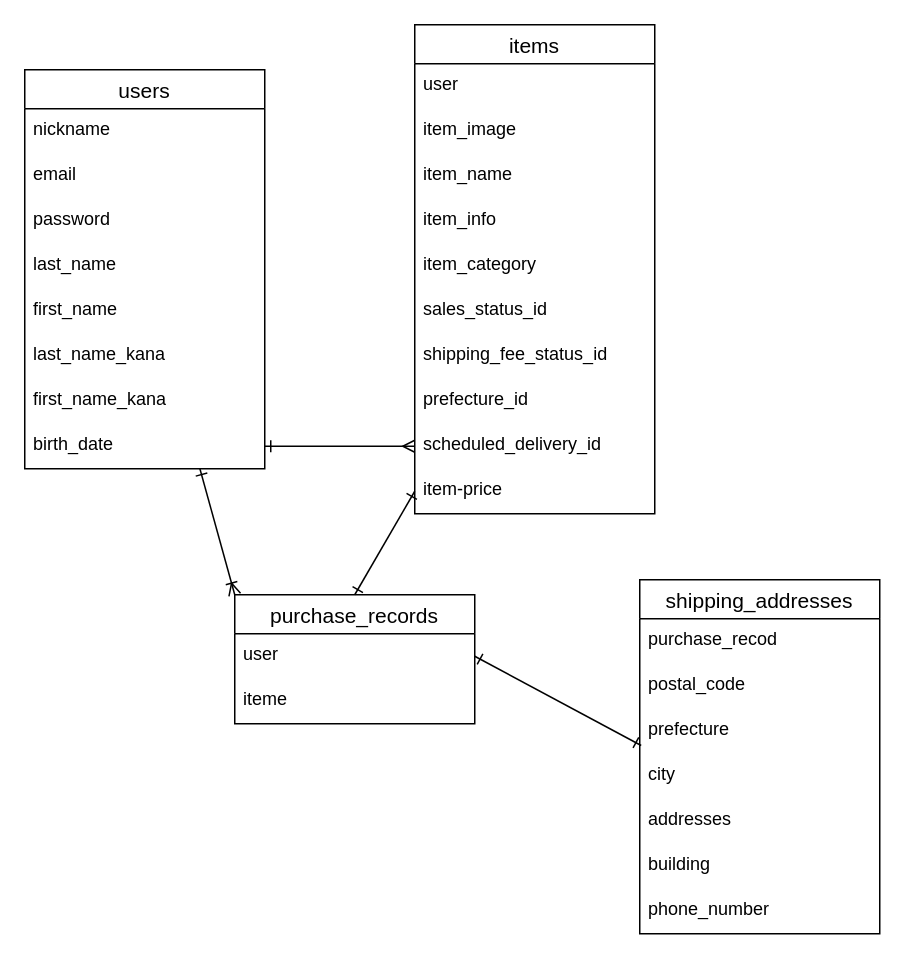
Above: test.dio in junya1031/furima-39550 (draw.io), before the change. Source tidied: cells renumbered, new cells numbered last; positions are measured from the earlier drawing's top-left corner, leaving out a move shared by most shapes. Both pictures are drawn from the tidied source at 150%, with x=0, y=0 at pixel (24, 24).
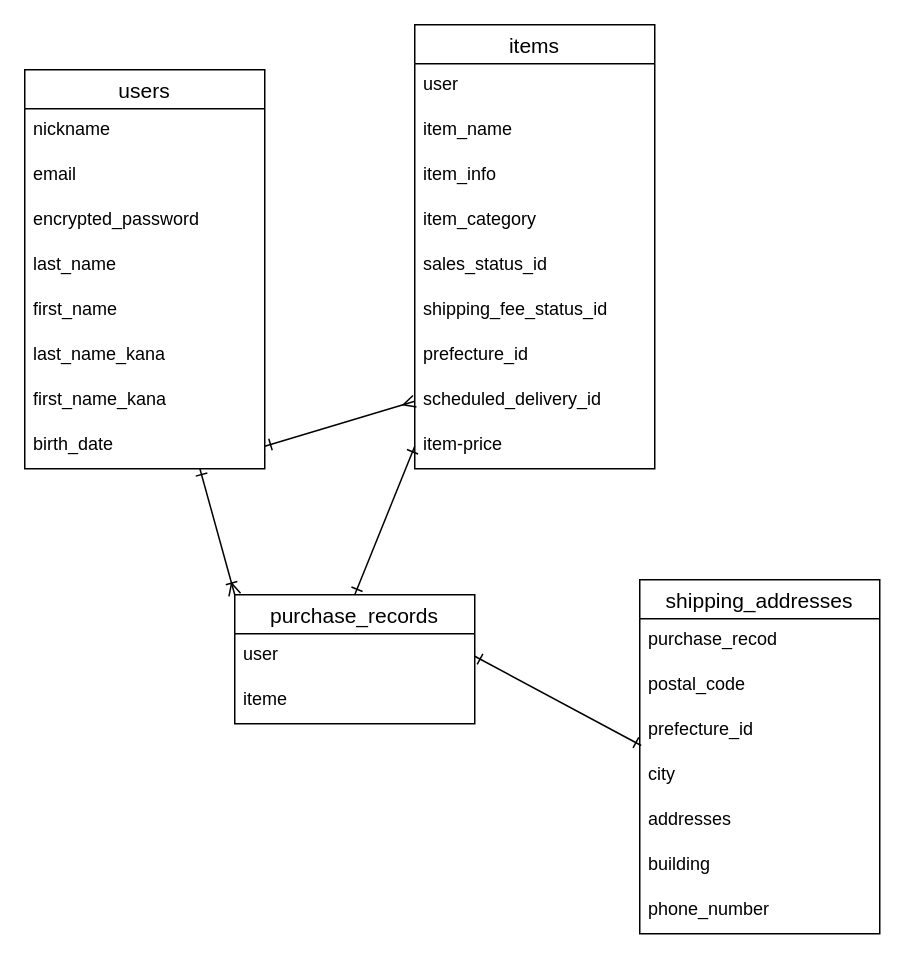
The same page after the edit.

Commit message:
READ.ME訂正

Unchanged cells that the change refers to:
```xml
<mxCell id="3" value="users" style="swimlane;fontStyle=0;horizontal=1;startSize=26;align=center;fontSize=14;" parent="1" vertex="1">
  <mxGeometry y="30" width="160" height="266" as="geometry" />
</mxCell>
<mxCell id="23" value="shipping_addresses" style="swimlane;fontStyle=0;horizontal=1;startSize=26;align=center;fontSize=14;" parent="1" vertex="1">
  <mxGeometry x="410" y="370" width="160" height="236" as="geometry" />
</mxCell>
```

The edit, as a diff of the source:
```diff
@@
-    <mxCell id="6" value="password" style="text;strokeColor=none;fillColor=none;spacingLeft=4;spacingRight=4;overflow=hidden;fontSize=12;" parent="3" vertex="1">
-      <mxGeometry y="86" width="160" height="30" as="geometry" />
-    </mxCell>
+    <mxCell id="37" value="encrypted_password" style="text;strokeColor=none;fillColor=none;spacingLeft=4;spacingRight=4;overflow=hidden;fontSize=12;" parent="3" vertex="1">
+      <mxGeometry y="86" width="160" height="30" as="geometry" />
+    </mxCell>
@@
     <mxCell id="12" value="items" style="swimlane;fontStyle=0;horizontal=1;startSize=26;align=center;fontSize=14;" parent="1" vertex="1">
-      <mxGeometry x="260" width="160" height="326" as="geometry" />
+      <mxGeometry x="260" width="160" height="296" as="geometry" />
     </mxCell>
@@
-    <mxCell id="14" value="item_image" style="text;strokeColor=none;fillColor=none;spacingLeft=4;spacingRight=4;overflow=hidden;fontSize=12;" parent="12" vertex="1">
-      <mxGeometry y="56" width="160" height="30" as="geometry" />
-    </mxCell>
     <mxCell id="15" value="item_name" style="text;strokeColor=none;fillColor=none;spacingLeft=4;spacingRight=4;overflow=hidden;fontSize=12;" parent="12" vertex="1">
-      <mxGeometry y="86" width="160" height="30" as="geometry" />
+      <mxGeometry y="56" width="160" height="30" as="geometry" />
     </mxCell>
     <mxCell id="16" value="item_info" style="text;strokeColor=none;fillColor=none;spacingLeft=4;spacingRight=4;overflow=hidden;fontSize=12;" parent="12" vertex="1">
-      <mxGeometry y="116" width="160" height="30" as="geometry" />
+      <mxGeometry y="86" width="160" height="30" as="geometry" />
     </mxCell>
     <mxCell id="17" value="item_category" style="text;strokeColor=none;fillColor=none;spacingLeft=4;spacingRight=4;overflow=hidden;fontSize=12;" parent="12" vertex="1">
-      <mxGeometry y="146" width="160" height="30" as="geometry" />
+      <mxGeometry y="116" width="160" height="30" as="geometry" />
     </mxCell>
     <mxCell id="18" value="sales_status_id" style="text;strokeColor=none;fillColor=none;spacingLeft=4;spacingRight=4;overflow=hidden;fontSize=12;" parent="12" vertex="1">
-      <mxGeometry y="176" width="160" height="30" as="geometry" />
+      <mxGeometry y="146" width="160" height="30" as="geometry" />
     </mxCell>
     <mxCell id="19" value="shipping_fee_status_id" style="text;strokeColor=none;fillColor=none;spacingLeft=4;spacingRight=4;overflow=hidden;fontSize=12;" parent="12" vertex="1">
-      <mxGeometry y="206" width="160" height="30" as="geometry" />
+      <mxGeometry y="176" width="160" height="30" as="geometry" />
     </mxCell>
     <mxCell id="20" value="prefecture_id" style="text;strokeColor=none;fillColor=none;spacingLeft=4;spacingRight=4;overflow=hidden;fontSize=12;" parent="12" vertex="1">
-      <mxGeometry y="236" width="160" height="30" as="geometry" />
+      <mxGeometry y="206" width="160" height="30" as="geometry" />
     </mxCell>
     <mxCell id="21" value="scheduled_delivery_id" style="text;strokeColor=none;fillColor=none;spacingLeft=4;spacingRight=4;overflow=hidden;points=[[0,0.5],[1,0.5]];portConstraint=eastwest;fontSize=12;" parent="12" vertex="1">
-      <mxGeometry y="266" width="160" height="30" as="geometry" />
+      <mxGeometry y="236" width="160" height="30" as="geometry" />
     </mxCell>
     <mxCell id="22" value="item-price" style="text;strokeColor=none;fillColor=none;spacingLeft=4;spacingRight=4;overflow=hidden;points=[[0,0.5],[1,0.5]];portConstraint=eastwest;fontSize=12;" parent="12" vertex="1">
-      <mxGeometry y="296" width="160" height="30" as="geometry" />
+      <mxGeometry y="266" width="160" height="30" as="geometry" />
     </mxCell>
@@
-    <mxCell id="26" value="prefecture" style="text;strokeColor=none;fillColor=none;spacingLeft=4;spacingRight=4;overflow=hidden;fontSize=12;" parent="23" vertex="1">
+    <mxCell id="26" value="prefecture_id" style="text;strokeColor=none;fillColor=none;spacingLeft=4;spacingRight=4;overflow=hidden;fontSize=12;" parent="23" vertex="1">
       <mxGeometry y="86" width="160" height="30" as="geometry" />
     </mxCell>
```
